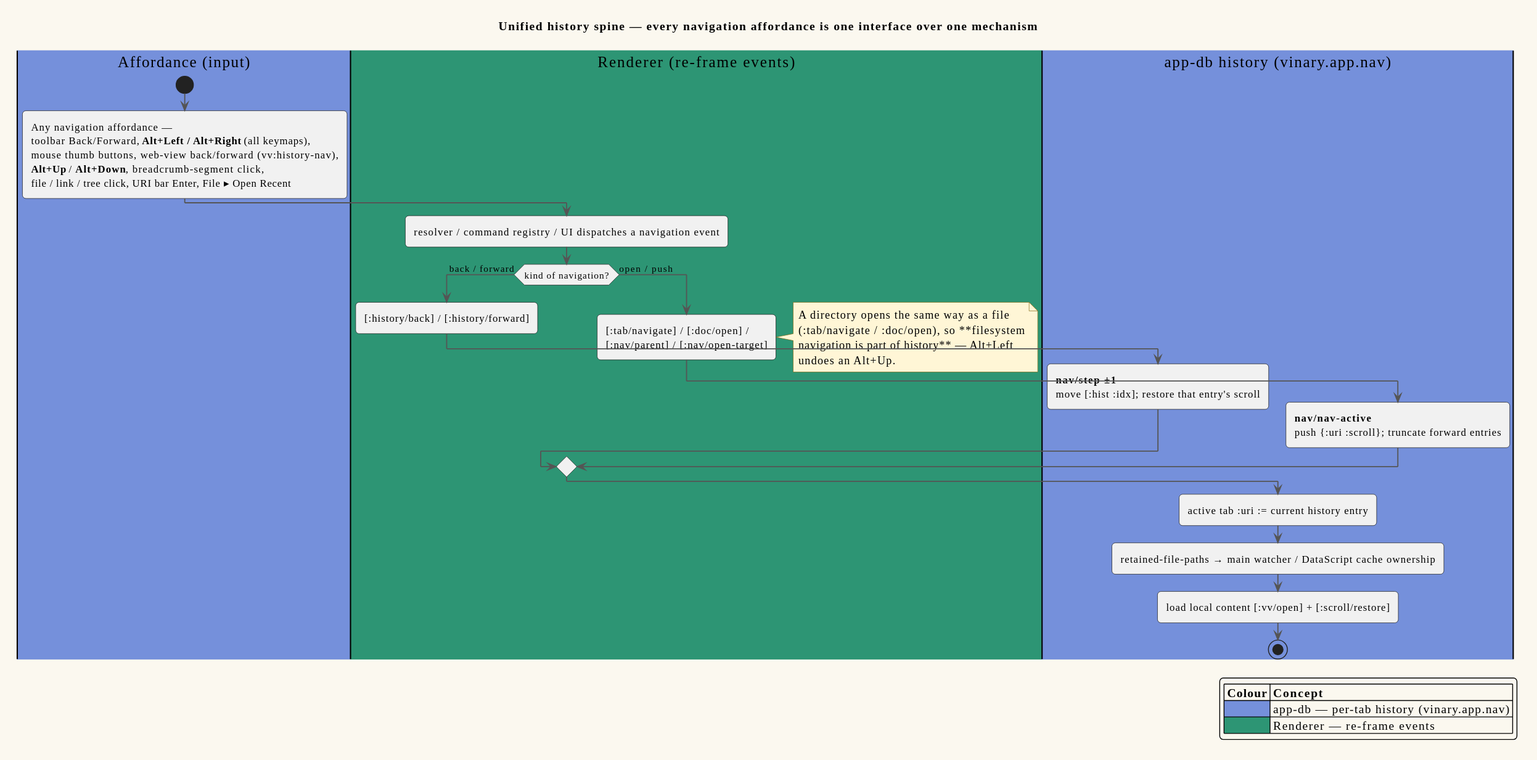
Before: docs/diagrams/activity-unified-history.svg, a diagram exported from PlantUML (vinary-tree/vinary-viewer). Source of this version:
```plantuml
@startuml
!include _vv-theme.iuml

title Unified history spine — every navigation affordance is one interface over one mechanism

|#7590DB|Affordance (input)|
start
:Any navigation affordance —
toolbar Back/Forward, **Alt+Left / Alt+Right** (all keymaps),
mouse thumb buttons, web-view back/forward (vv:history-nav),
**Alt+Up** / **Alt+Down**, breadcrumb-segment click,
file / link / tree click, URI bar Enter, File ▸ Open Recent;

|#2D9574|Renderer (re-frame events)|
:resolver / command registry / UI dispatches a navigation event;
if (kind of navigation?) then (back / forward)
  :[:history/back] / [:history/forward];
  |#7590DB|app-db history (vinary.app.nav)|
  :**nav/step ±1**\nmove [:hist :idx]; restore that entry's scroll;
else (open / push)
  |#2D9574|Renderer (re-frame events)|
  :[:tab/navigate] / [:doc/open] /\n[:nav/parent] / [:nav/open-target];
  note right
    A directory opens the same way as a file
    (:tab/navigate / :doc/open), so **filesystem
    navigation is part of history** — Alt+Left
    undoes an Alt+Up.
  end note
  |#7590DB|app-db history (vinary.app.nav)|
  :**nav/nav-active**\npush {:uri :scroll}; truncate forward entries;
endif

:active tab :uri := current history entry;
:retained-file-paths → main watcher / DataScript cache ownership;
:load local content [:vv/open] + [:scroll/restore];
stop

legend right
  |= Colour |= Concept |
  |<#7590DB>| app-db — per-tab history (vinary.app.nav) |
  |<#2D9574>| Renderer — re-frame events |
endlegend
@enduml
```
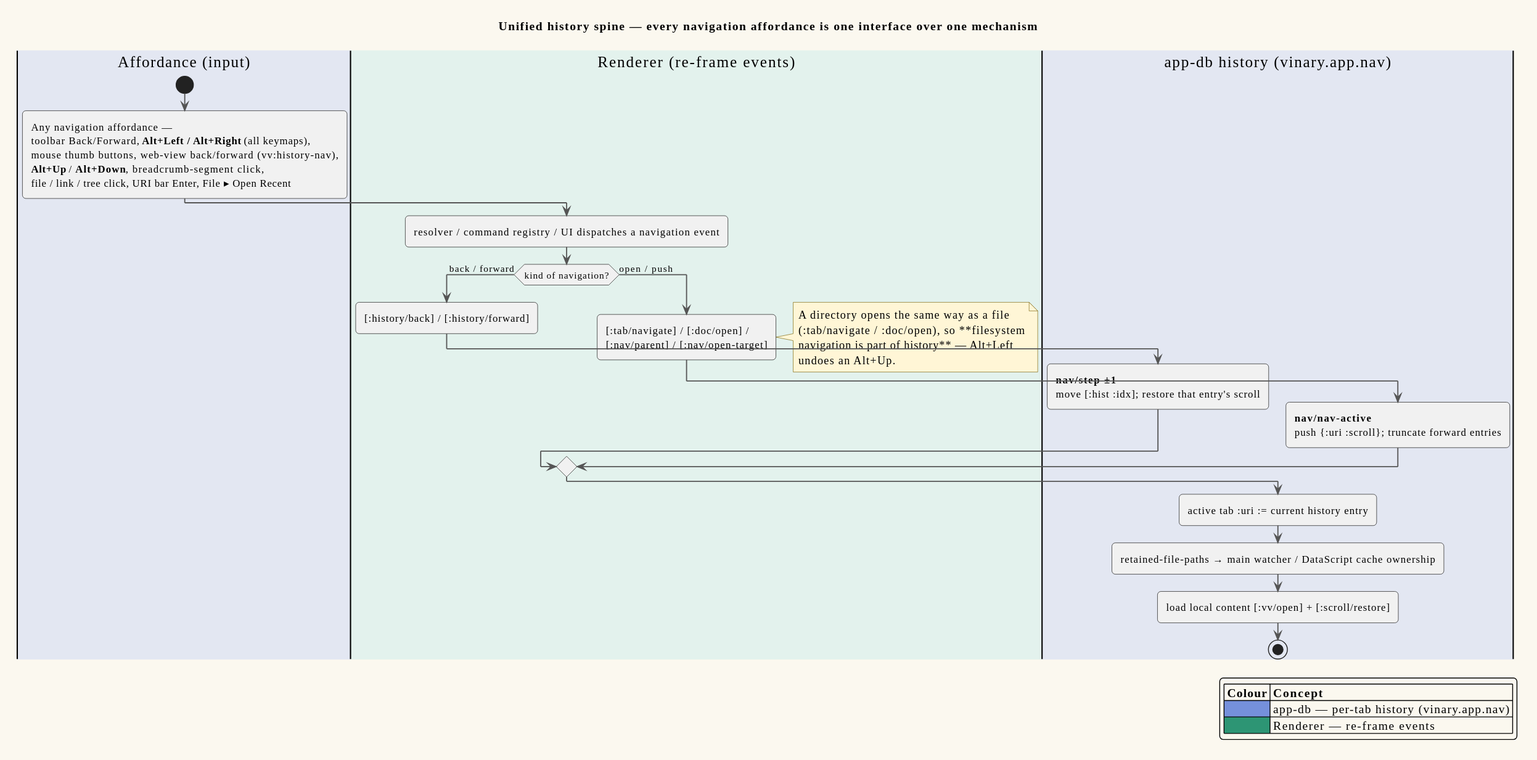
Later version of the same file.

Change to the diagram source:
```diff
@@ -3,7 +3,7 @@
 
 title Unified history spine — every navigation affordance is one interface over one mechanism
 
-|#7590DB|Affordance (input)|
+|#E3E7F2|Affordance (input)|
 start
 :Any navigation affordance —
 toolbar Back/Forward, **Alt+Left / Alt+Right** (all keymaps),
@@ -11,14 +11,14 @@
 **Alt+Up** / **Alt+Down**, breadcrumb-segment click,
 file / link / tree click, URI bar Enter, File ▸ Open Recent;
 
-|#2D9574|Renderer (re-frame events)|
+|#E3F2ED|Renderer (re-frame events)|
 :resolver / command registry / UI dispatches a navigation event;
 if (kind of navigation?) then (back / forward)
   :[:history/back] / [:history/forward];
-  |#7590DB|app-db history (vinary.app.nav)|
+  |#E3E7F2|app-db history (vinary.app.nav)|
   :**nav/step ±1**\nmove [:hist :idx]; restore that entry's scroll;
 else (open / push)
-  |#2D9574|Renderer (re-frame events)|
+  |#E3F2ED|Renderer (re-frame events)|
   :[:tab/navigate] / [:doc/open] /\n[:nav/parent] / [:nav/open-target];
   note right
     A directory opens the same way as a file
@@ -26,7 +26,7 @@
     navigation is part of history** — Alt+Left
     undoes an Alt+Up.
   end note
-  |#7590DB|app-db history (vinary.app.nav)|
+  |#E3E7F2|app-db history (vinary.app.nav)|
   :**nav/nav-active**\npush {:uri :scroll}; truncate forward entries;
 endif
 
@@ -37,7 +37,7 @@
 
 legend right
   |= Colour |= Concept |
-  |<#7590DB>| app-db — per-tab history (vinary.app.nav) |
-  |<#2D9574>| Renderer — re-frame events |
+  |<#7590DB>&#160;&#160;&#160;&#160;| app-db — per-tab history (vinary.app.nav) |
+  |<#2D9574>&#160;&#160;&#160;&#160;| Renderer — re-frame events |
 endlegend
 @enduml
```
